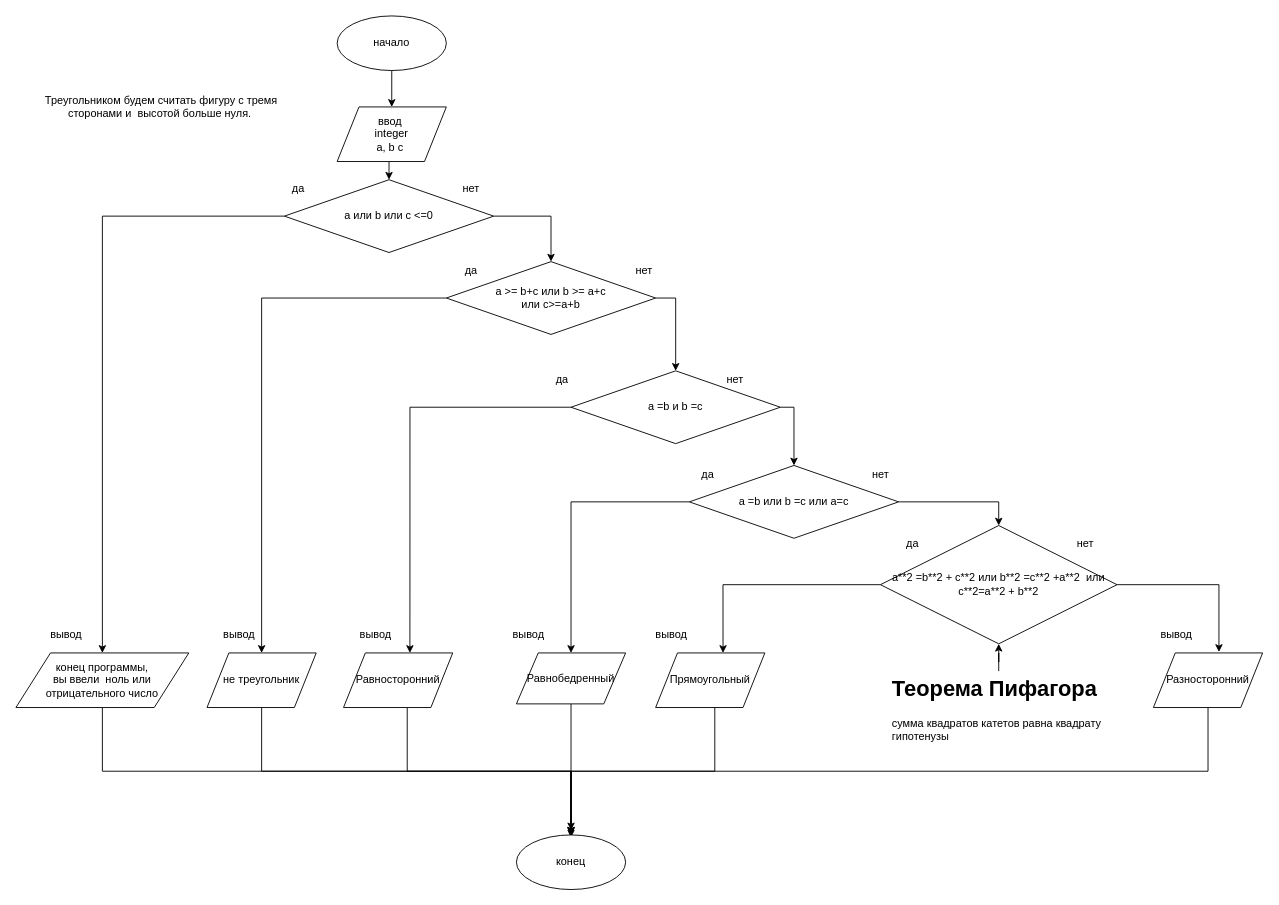
Before: page "Task 1-6" (3 of 4) of Untitled Diagram.drawio in alexfadin/python, a draw.io diagram. Source tidied: cells renumbered, new cells numbered last; positions are measured from the earlier drawing's top-left corner, leaving out a move shared by most shapes. Both pictures are drawn from the tidied source at 91%, with x=0, y=0 at pixel (15, 15).
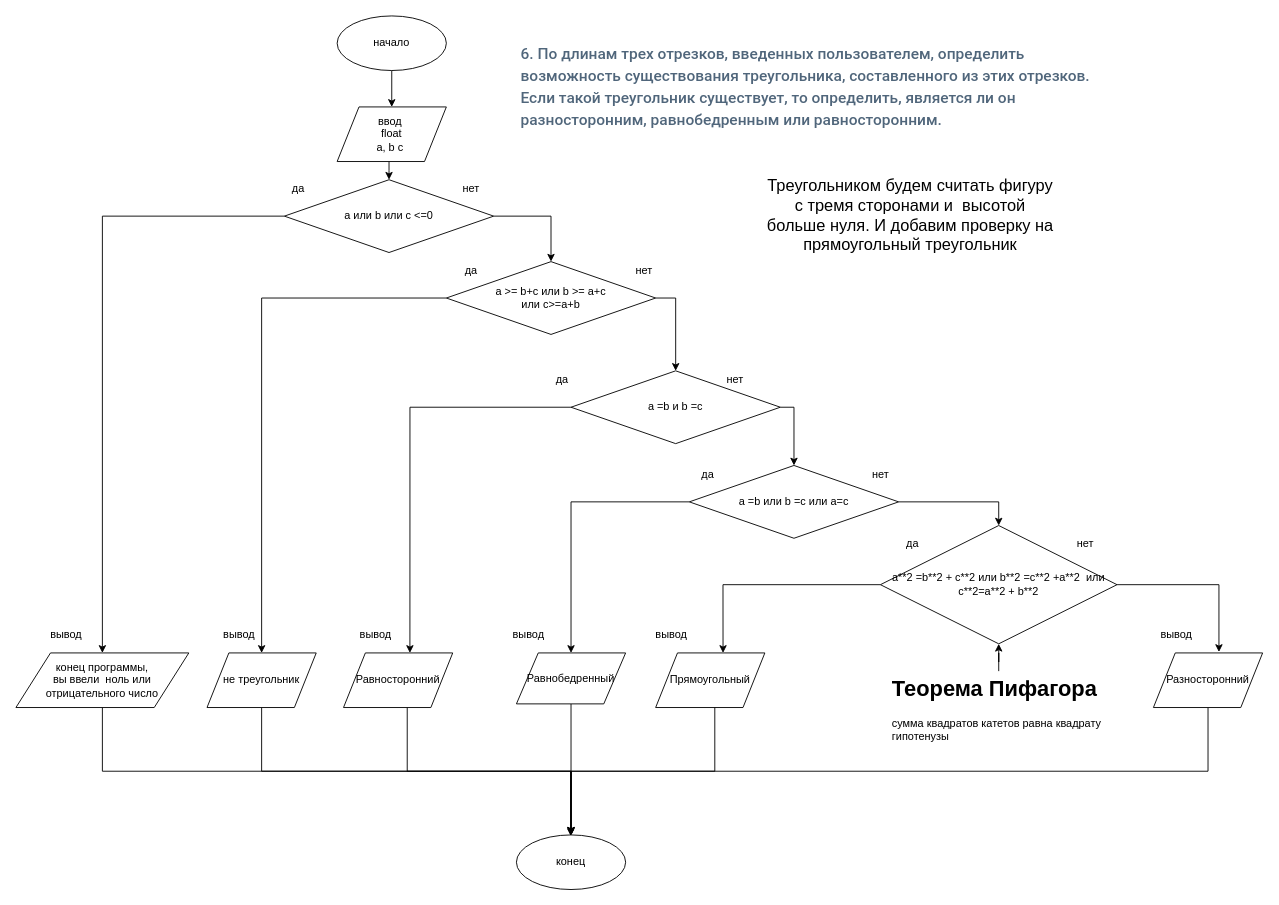
After the change.

The change refers to these unchanged cells:
```xml
<mxCell id="24" value="не треугольник" style="shape=parallelogram;perimeter=parallelogramPerimeter;whiteSpace=wrap;html=1;" parent="1" vertex="1">
  <mxGeometry x="210" y="700" width="120" height="60" as="geometry" />
</mxCell>
<mxCell id="33" value="конец" style="ellipse;whiteSpace=wrap;html=1;" parent="1" vertex="1">
  <mxGeometry x="550" y="900" width="120" height="60" as="geometry" />
</mxCell>
```

Change to the diagram source:
```diff
@@
-    <mxCell id="5" value="ввод&amp;nbsp;&lt;br&gt;integer&lt;br&gt;a, b c&amp;nbsp;" style="shape=parallelogram;perimeter=parallelogramPerimeter;whiteSpace=wrap;html=1;" parent="1" vertex="1">
+    <mxCell id="5" value="ввод&amp;nbsp;&lt;br&gt;float&lt;br&gt;a, b c&amp;nbsp;" style="shape=parallelogram;perimeter=parallelogramPerimeter;whiteSpace=wrap;html=1;" parent="1" vertex="1">
       <mxGeometry x="353" y="100" width="120" height="60" as="geometry" />
     </mxCell>
@@
-    <mxCell id="23" style="edgeStyle=orthogonalEdgeStyle;rounded=0;jettySize=auto;html=1;" parent="1" edge="1" source="24">
+    <mxCell id="23" style="edgeStyle=orthogonalEdgeStyle;rounded=0;jettySize=auto;html=1;entryX=0.498;entryY=0.024;entryDx=0;entryDy=0;entryPerimeter=0;" parent="1" edge="1" source="24" target="33">
       <mxGeometry relative="1" as="geometry">
-        <mxPoint x="610" y="903" as="targetPoint" />
         <Array as="points">
           <mxPoint x="270" y="830" />
           <mxPoint x="610" y="830" />
         </Array>
       </mxGeometry>
     </mxCell>
@@
-    <mxCell id="29" style="edgeStyle=orthogonalEdgeStyle;rounded=0;orthogonalLoop=1;jettySize=auto;html=1;" parent="1" edge="1">
+    <mxCell id="29" style="edgeStyle=orthogonalEdgeStyle;rounded=0;jettySize=auto;html=1;entryX=0.5;entryY=0;entryDx=0;entryDy=0;" parent="1" edge="1" target="33">
       <mxGeometry relative="1" as="geometry">
         <mxPoint x="767" y="755" as="sourcePoint" />
-        <mxPoint x="610" y="895" as="targetPoint" />
         <Array as="points">
+          <mxPoint x="768" y="755" />
           <mxPoint x="768" y="830" />
           <mxPoint x="610" y="830" />
         </Array>
       </mxGeometry>
     </mxCell>
@@
-    <mxCell id="52" value="Треугольником будем считать фигуру с тремя сторонами и&amp;nbsp; высотой больше нуля.&amp;nbsp;" style="text;html=1;strokeColor=none;fillColor=none;align=center;verticalAlign=middle;whiteSpace=wrap;rounded=0;" parent="1" vertex="1">
-      <mxGeometry x="30" y="35" width="260" height="130" as="geometry" />
+    <mxCell id="52" value="&lt;font style=&quot;font-size: 18px&quot;&gt;Треугольником будем считать фигуру с тремя сторонами и&amp;nbsp; высотой больше нуля. И добавим проверку на прямоугольный треугольник&lt;/font&gt;" style="text;html=1;strokeColor=none;fillColor=none;align=center;verticalAlign=middle;whiteSpace=wrap;rounded=0;" parent="1" vertex="1">
+      <mxGeometry x="823" y="130" width="320" height="180" as="geometry" />
     </mxCell>
+    <mxCell id="53" value="&lt;h3 style=&quot;box-sizing: border-box ; font-family: &amp;#34;roboto&amp;#34; , &amp;#34;san francisco&amp;#34; , &amp;#34;helvetica neue&amp;#34; , &amp;#34;helvetica&amp;#34; , &amp;#34;arial&amp;#34; ; font-weight: 500 ; line-height: 24px ; color: rgb(80 , 102 , 123) ; margin-top: 20px ; margin-bottom: 10px ; font-size: 17px ; background-color: rgb(255 , 255 , 255)&quot;&gt;6. По длинам трех отрезков, введенных пользователем, определить возможность существования треугольника, составленного из этих отрезков. Если такой треугольник существует, то определить, является ли он разносторонним, равнобедренным или равносторонним.&lt;/h3&gt;" style="text;html=1;strokeColor=none;fillColor=none;spacing=5;spacingTop=-20;whiteSpace=wrap;overflow=hidden;rounded=0;" parent="1" vertex="1">
+      <mxGeometry x="550" y="20" width="670" height="170" as="geometry" />
+    </mxCell>
```
